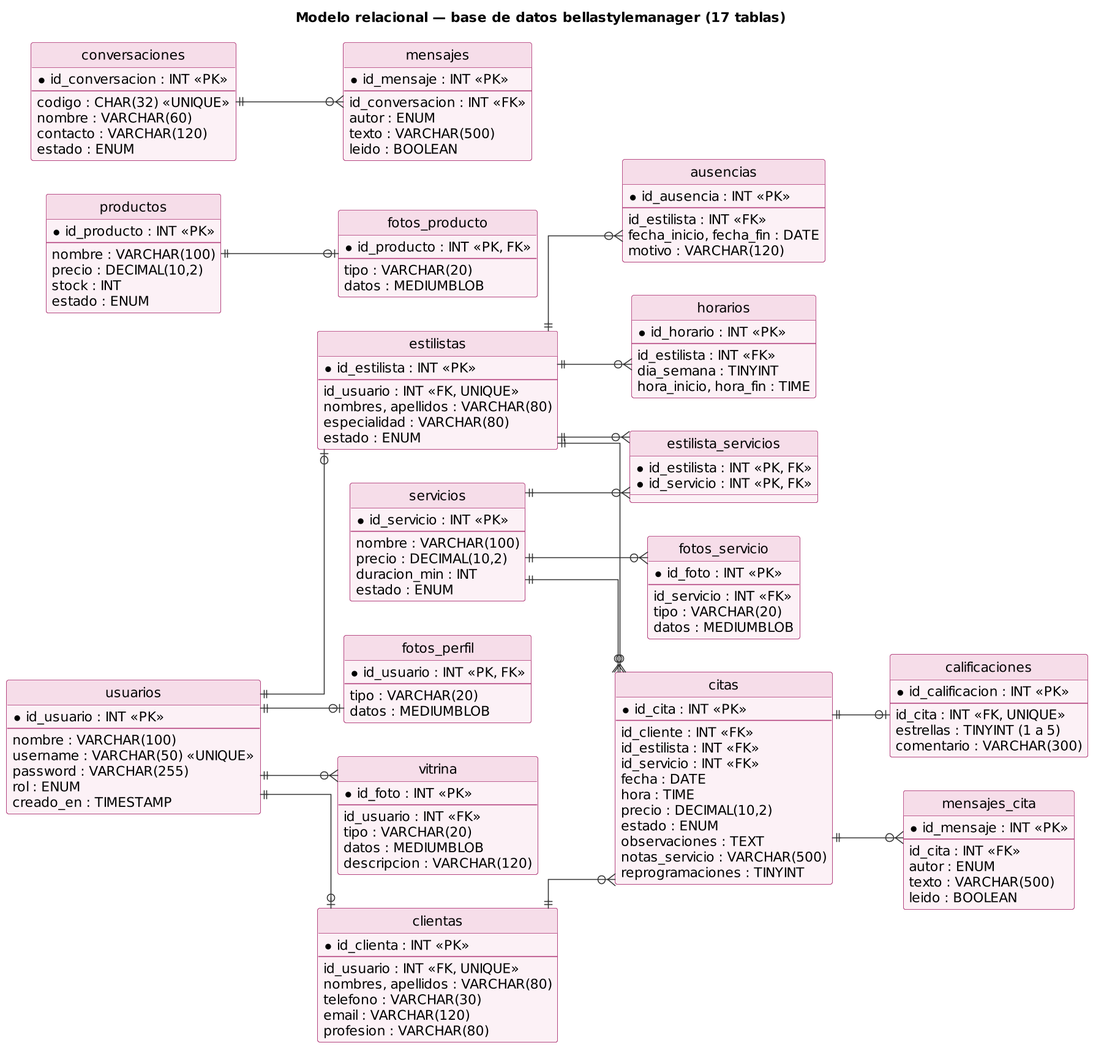
Above: docs/diagramas/Modelo_Datos.png in cesar-pestana26/bellastyle-manager (PlantUML), before the change. The source it was exported from:
```plantuml
@startuml Modelo_Datos
!include skin.iuml
title Modelo relacional — base de datos bellastylemanager (17 tablas)
skinparam linetype ortho
left to right direction
entity usuarios {
  * id_usuario : INT <<PK>>
  --
  nombre : VARCHAR(100)
  username : VARCHAR(50) <<UNIQUE>>
  password : VARCHAR(255)
  rol : ENUM
  creado_en : TIMESTAMP
}
entity clientas {
  * id_clienta : INT <<PK>>
  --
  id_usuario : INT <<FK, UNIQUE>>
  nombres, apellidos : VARCHAR(80)
  telefono : VARCHAR(30)
  email : VARCHAR(120)
  profesion : VARCHAR(80)
}
entity estilistas {
  * id_estilista : INT <<PK>>
  --
  id_usuario : INT <<FK, UNIQUE>>
  nombres, apellidos : VARCHAR(80)
  especialidad : VARCHAR(80)
  estado : ENUM
}
entity servicios {
  * id_servicio : INT <<PK>>
  --
  nombre : VARCHAR(100)
  precio : DECIMAL(10,2)
  duracion_min : INT
  estado : ENUM
}
entity productos {
  * id_producto : INT <<PK>>
  --
  nombre : VARCHAR(100)
  precio : DECIMAL(10,2)
  stock : INT
  estado : ENUM
}
entity estilista_servicios {
  * id_estilista : INT <<PK, FK>>
  * id_servicio : INT <<PK, FK>>
}
entity citas {
  * id_cita : INT <<PK>>
  --
  id_cliente : INT <<FK>>
  id_estilista : INT <<FK>>
  id_servicio : INT <<FK>>
  fecha : DATE
  hora : TIME
  precio : DECIMAL(10,2)
  estado : ENUM
  observaciones : TEXT
  notas_servicio : VARCHAR(500)
  reprogramaciones : TINYINT
}
entity horarios {
  * id_horario : INT <<PK>>
  --
  id_estilista : INT <<FK>>
  dia_semana : TINYINT
  hora_inicio, hora_fin : TIME
}
entity ausencias {
  * id_ausencia : INT <<PK>>
  --
  id_estilista : INT <<FK>>
  fecha_inicio, fecha_fin : DATE
  motivo : VARCHAR(120)
}
entity calificaciones {
  * id_calificacion : INT <<PK>>
  --
  id_cita : INT <<FK, UNIQUE>>
  estrellas : TINYINT (1 a 5)
  comentario : VARCHAR(300)
}
entity mensajes_cita {
  * id_mensaje : INT <<PK>>
  --
  id_cita : INT <<FK>>
  autor : ENUM
  texto : VARCHAR(500)
  leido : BOOLEAN
}
entity conversaciones {
  * id_conversacion : INT <<PK>>
  --
  codigo : CHAR(32) <<UNIQUE>>
  nombre : VARCHAR(60)
  contacto : VARCHAR(120)
  estado : ENUM
}
entity mensajes {
  * id_mensaje : INT <<PK>>
  --
  id_conversacion : INT <<FK>>
  autor : ENUM
  texto : VARCHAR(500)
  leido : BOOLEAN
}
entity fotos_servicio {
  * id_foto : INT <<PK>>
  --
  id_servicio : INT <<FK>>
  tipo : VARCHAR(20)
  datos : MEDIUMBLOB
}
entity fotos_producto {
  * id_producto : INT <<PK, FK>>
  --
  tipo : VARCHAR(20)
  datos : MEDIUMBLOB
}
entity fotos_perfil {
  * id_usuario : INT <<PK, FK>>
  --
  tipo : VARCHAR(20)
  datos : MEDIUMBLOB
}
entity vitrina {
  * id_foto : INT <<PK>>
  --
  id_usuario : INT <<FK>>
  tipo : VARCHAR(20)
  datos : MEDIUMBLOB
  descripcion : VARCHAR(120)
}
usuarios ||--o| clientas
usuarios ||--o| estilistas
usuarios ||--o| fotos_perfil
usuarios ||--o{ vitrina
estilistas ||--o{ estilista_servicios
servicios ||--o{ estilista_servicios
clientas ||--o{ citas
estilistas ||--o{ citas
servicios ||--o{ citas
estilistas ||--o{ horarios
estilistas ||--o{ ausencias
citas ||--o| calificaciones
citas ||--o{ mensajes_cita
conversaciones ||--o{ mensajes
servicios ||--o{ fotos_servicio
productos ||--o| fotos_producto
@enduml
```
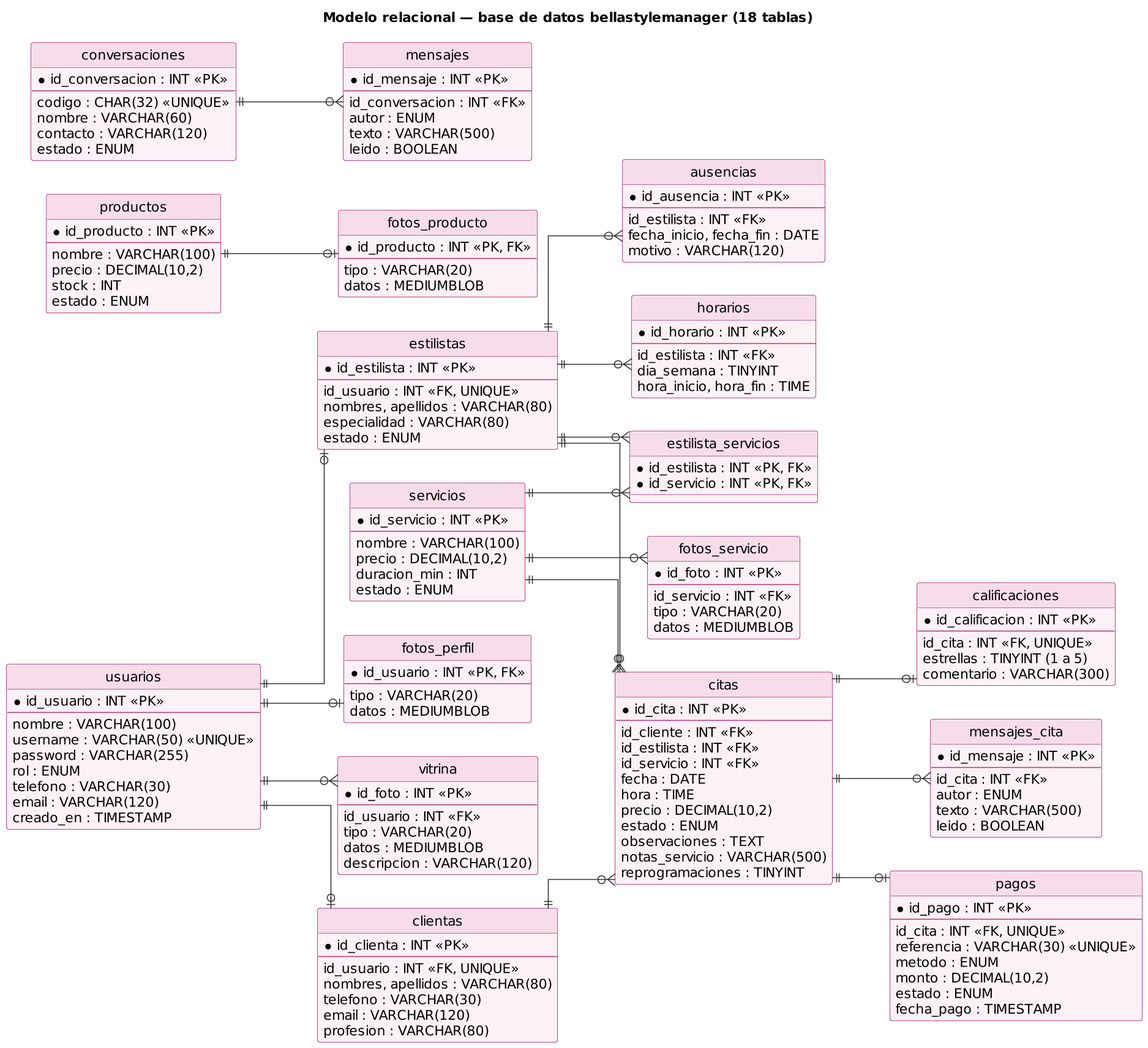
The same file after the commit.

Commit message:
Manual Tecnico v5 y diagramas: pagos, seguridad JWT, 18 tablas, Flash-Lite

The edit, as a diff of the source:
```diff
@@ -1,6 +1,6 @@
 @startuml Modelo_Datos
 !include skin.iuml
-title Modelo relacional — base de datos bellastylemanager (17 tablas)
+title Modelo relacional — base de datos bellastylemanager (18 tablas)
 skinparam linetype ortho
 left to right direction
 entity usuarios {
@@ -10,6 +10,8 @@
   username : VARCHAR(50) <<UNIQUE>>
   password : VARCHAR(255)
   rol : ENUM
+  telefono : VARCHAR(30)
+  email : VARCHAR(120)
   creado_en : TIMESTAMP
 }
 entity clientas {
@@ -135,6 +137,16 @@
   datos : MEDIUMBLOB
   descripcion : VARCHAR(120)
 }
+entity pagos {
+  * id_pago : INT <<PK>>
+  --
+  id_cita : INT <<FK, UNIQUE>>
+  referencia : VARCHAR(30) <<UNIQUE>>
+  metodo : ENUM
+  monto : DECIMAL(10,2)
+  estado : ENUM
+  fecha_pago : TIMESTAMP
+}
 usuarios ||--o| clientas
 usuarios ||--o| estilistas
 usuarios ||--o| fotos_perfil
@@ -148,6 +160,7 @@
 estilistas ||--o{ ausencias
 citas ||--o| calificaciones
 citas ||--o{ mensajes_cita
+citas ||--o| pagos
 conversaciones ||--o{ mensajes
 servicios ||--o{ fotos_servicio
 productos ||--o| fotos_producto
```
